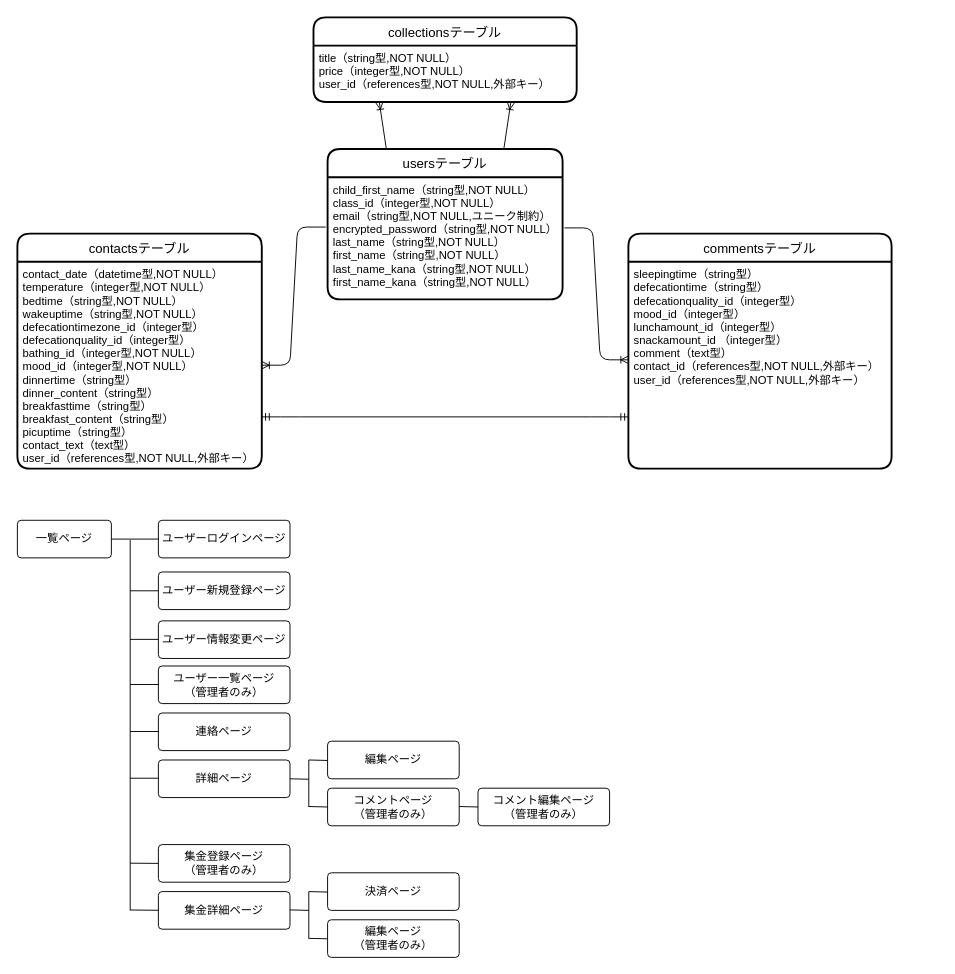
Earlier version of the draw.io diagram contact.dio (sugisanize/contact_book). Source tidied: cells renumbered, new cells numbered last; positions are measured from the earlier drawing's top-left corner, leaving out a move shared by most shapes. Both pictures are drawn from the tidied source at 94%, with x=0, y=0 at pixel (17, 17).
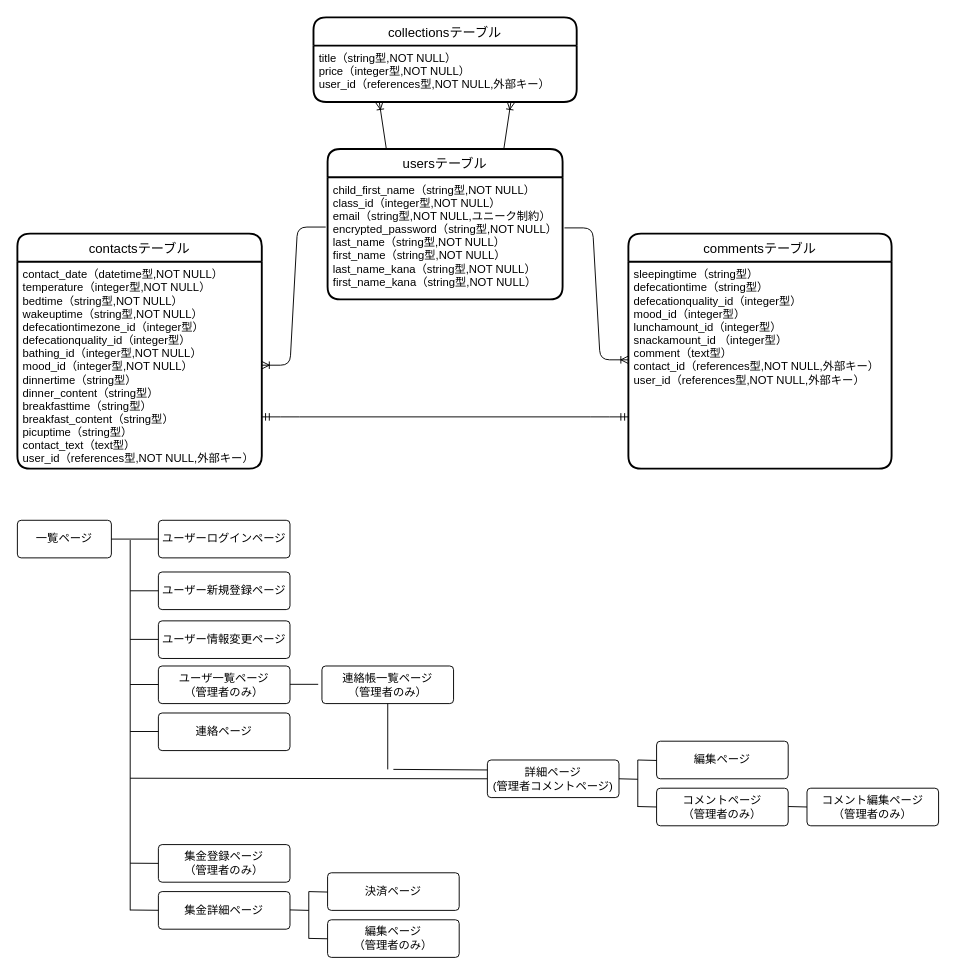
The same diagram, later.

Commit message (it also covers changes not shown here):
ER図、README修正

The edit, as a diff of the source:
```diff
@@
-    <mxCell id="20" value="詳細ページ" style="rounded=1;arcSize=10;whiteSpace=wrap;html=1;align=center;" parent="1" vertex="1">
-      <mxGeometry x="150" y="790" width="140" height="40" as="geometry" />
+    <mxCell id="20" value="詳細ページ&lt;br&gt;(管理者コメントページ)" style="rounded=1;arcSize=10;whiteSpace=wrap;html=1;align=center;" parent="1" vertex="1">
+      <mxGeometry x="500" y="790" width="140" height="40" as="geometry" />
     </mxCell>
     <mxCell id="21" value="編集ページ" style="rounded=1;arcSize=10;whiteSpace=wrap;html=1;align=center;" parent="1" vertex="1">
-      <mxGeometry x="330" y="770" width="140" height="40" as="geometry" />
+      <mxGeometry x="680" y="770" width="140" height="40" as="geometry" />
     </mxCell>
     <mxCell id="22" value="コメントページ&lt;br&gt;（管理者のみ）" style="rounded=1;arcSize=10;whiteSpace=wrap;html=1;align=center;" parent="1" vertex="1">
-      <mxGeometry x="330" y="820" width="140" height="40" as="geometry" />
+      <mxGeometry x="680" y="820" width="140" height="40" as="geometry" />
     </mxCell>
-    <mxCell id="23" value="ユーザー一覧ページ&lt;br&gt;（管理者のみ）" style="rounded=1;arcSize=10;whiteSpace=wrap;html=1;align=center;" parent="1" vertex="1">
+    <mxCell id="23" value="ユーザ一覧ページ&lt;br&gt;（管理者のみ）" style="rounded=1;arcSize=10;whiteSpace=wrap;html=1;align=center;" parent="1" vertex="1">
       <mxGeometry x="150" y="690" width="140" height="40" as="geometry" />
     </mxCell>
@@
     <mxCell id="28" value="コメント編集ページ&lt;br&gt;（管理者のみ）" style="rounded=1;arcSize=10;whiteSpace=wrap;html=1;align=center;" parent="1" vertex="1">
-      <mxGeometry x="490" y="820" width="140" height="40" as="geometry" />
+      <mxGeometry x="840" y="820" width="140" height="40" as="geometry" />
     </mxCell>
@@
-    <mxCell id="35" style="endArrow=none;html=1;rounded=0;entryX=0;entryY=0.5;entryDx=0;entryDy=0;" parent="1" edge="1">
+    <mxCell id="35" style="endArrow=none;html=1;rounded=0;entryX=0;entryY=0.5;entryDx=0;entryDy=0;" parent="1" edge="1" target="20">
       <mxGeometry relative="1" as="geometry">
         <mxPoint x="120" y="809.4" as="sourcePoint" />
-        <mxPoint x="150" y="809.4" as="targetPoint" />
       </mxGeometry>
     </mxCell>
@@
     <mxCell id="37" style="endArrow=none;html=1;rounded=0;" parent="1" edge="1">
       <mxGeometry relative="1" as="geometry">
-        <mxPoint x="310" y="790" as="sourcePoint" />
-        <mxPoint x="310" y="840" as="targetPoint" />
+        <mxPoint x="660" y="790" as="sourcePoint" />
+        <mxPoint x="660" y="840" as="targetPoint" />
       </mxGeometry>
     </mxCell>
@@
     <mxCell id="41" style="endArrow=none;html=1;rounded=0;" parent="1" edge="1">
       <mxGeometry relative="1" as="geometry">
-        <mxPoint x="290" y="810" as="sourcePoint" />
-        <mxPoint x="310" y="810.5" as="targetPoint" />
+        <mxPoint x="640" y="810" as="sourcePoint" />
+        <mxPoint x="660" y="810.5" as="targetPoint" />
       </mxGeometry>
     </mxCell>
     <mxCell id="42" style="endArrow=none;html=1;rounded=0;" parent="1" edge="1">
       <mxGeometry relative="1" as="geometry">
-        <mxPoint x="310" y="839.5" as="sourcePoint" />
-        <mxPoint x="330" y="840" as="targetPoint" />
+        <mxPoint x="660" y="839.5" as="sourcePoint" />
+        <mxPoint x="680" y="840" as="targetPoint" />
       </mxGeometry>
     </mxCell>
     <mxCell id="43" style="endArrow=none;html=1;rounded=0;" parent="1" edge="1">
       <mxGeometry relative="1" as="geometry">
-        <mxPoint x="310" y="790" as="sourcePoint" />
-        <mxPoint x="330" y="790.5" as="targetPoint" />
+        <mxPoint x="660" y="790" as="sourcePoint" />
+        <mxPoint x="680" y="790.5" as="targetPoint" />
       </mxGeometry>
     </mxCell>
     <mxCell id="44" style="endArrow=none;html=1;rounded=0;" parent="1" edge="1">
       <mxGeometry relative="1" as="geometry">
-        <mxPoint x="470" y="839.5" as="sourcePoint" />
-        <mxPoint x="490" y="840" as="targetPoint" />
+        <mxPoint x="820" y="839.5" as="sourcePoint" />
+        <mxPoint x="840" y="840" as="targetPoint" />
       </mxGeometry>
     </mxCell>
@@
+    <mxCell id="47" value="連絡帳一覧ページ&lt;br&gt;（管理者のみ）" style="rounded=1;arcSize=10;whiteSpace=wrap;html=1;align=center;" parent="1" vertex="1">
+      <mxGeometry x="324" y="690" width="140" height="40" as="geometry" />
+    </mxCell>
+    <mxCell id="48" style="endArrow=none;html=1;rounded=0;entryX=0;entryY=0.5;entryDx=0;entryDy=0;" parent="1" edge="1">
+      <mxGeometry relative="1" as="geometry">
+        <mxPoint x="290" y="709.5" as="sourcePoint" />
+        <mxPoint x="320" y="709.5" as="targetPoint" />
+      </mxGeometry>
+    </mxCell>
+    <mxCell id="49" style="endArrow=none;html=1;rounded=0;entryX=0;entryY=0.5;entryDx=0;entryDy=0;" parent="1" edge="1">
+      <mxGeometry relative="1" as="geometry">
+        <mxPoint x="400" y="800" as="sourcePoint" />
+        <mxPoint x="500" y="800.6" as="targetPoint" />
+      </mxGeometry>
+    </mxCell>
+    <mxCell id="50" style="endArrow=none;html=1;rounded=0;exitX=0.5;exitY=1;exitDx=0;exitDy=0;" parent="1" edge="1" source="47">
+      <mxGeometry relative="1" as="geometry">
+        <mxPoint x="394" y="800" as="targetPoint" />
+      </mxGeometry>
+    </mxCell>
```
